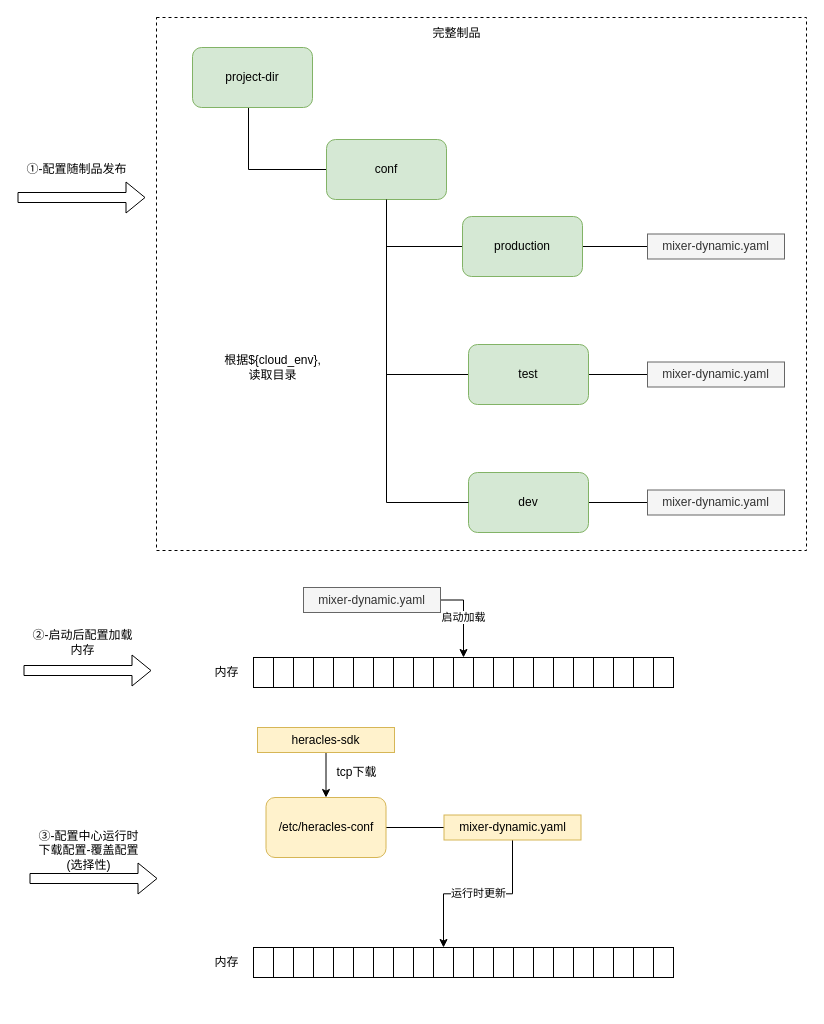
Earlier version of the draw.io diagram universal-engine/配置发布流程.drawio (karlchan-cn/drawio-repository). Source tidied: cells renumbered, new cells numbered last; positions are measured from the earlier drawing's top-left corner, leaving out a move shared by most shapes. Both pictures are drawn from the tidied source at 100%, with x=0, y=0 at pixel (17, 17).
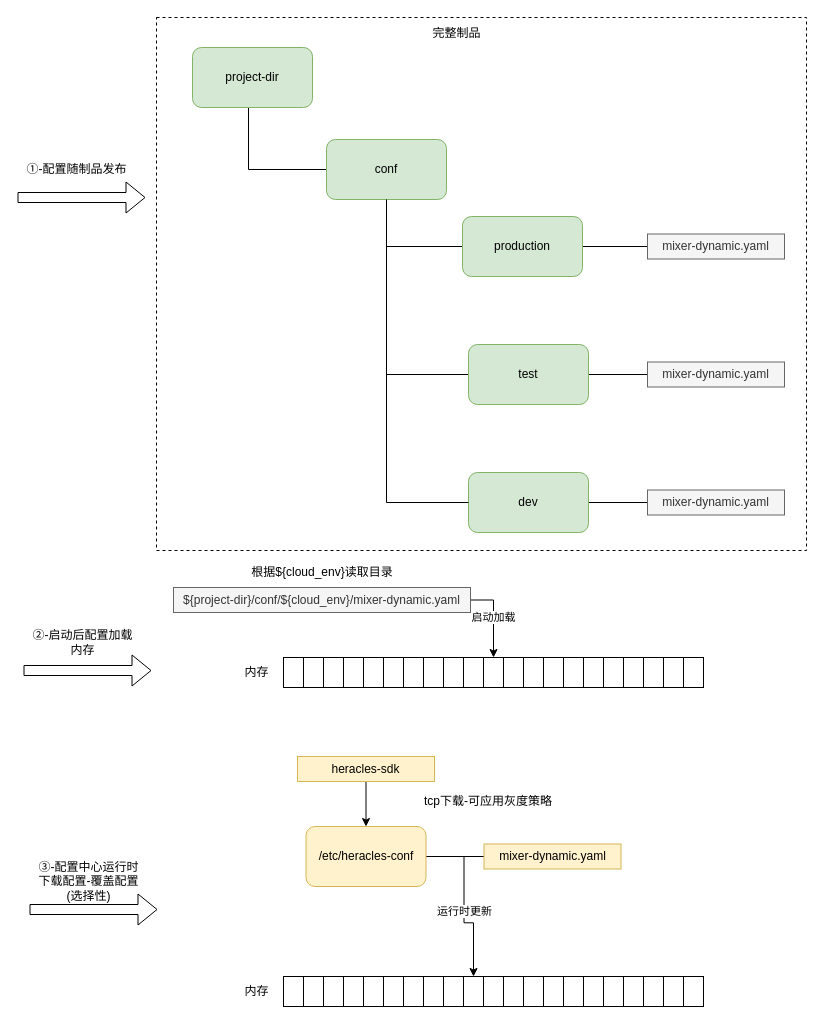
After the change.

Commit message (it also covers changes not shown here):
Update 配置发布流程.drawio

Change to the diagram source:
```diff
@@
     <mxCell id="20" value="&lt;span&gt;/etc/heracles-conf&lt;/span&gt;" style="rounded=1;whiteSpace=wrap;html=1;fillColor=#fff2cc;strokeColor=#d6b656;" parent="1" vertex="1">
-      <mxGeometry x="248.5" y="780" width="120" height="60" as="geometry" />
+      <mxGeometry x="288.5" y="809" width="120" height="60" as="geometry" />
     </mxCell>
@@
     <mxCell id="22" value="mixer-dynamic.yaml" style="rounded=0;whiteSpace=wrap;html=1;fillColor=#fff2cc;strokeColor=#d6b656;" parent="1" vertex="1">
-      <mxGeometry x="426.5" y="797.5" width="137" height="25" as="geometry" />
+      <mxGeometry x="466.5" y="826.5" width="137" height="25" as="geometry" />
     </mxCell>
@@
-    <mxCell id="27" value="根据${cloud_env},读取目录" style="text;html=1;strokeColor=none;fillColor=none;align=center;verticalAlign=middle;whiteSpace=wrap;rounded=0;dashed=1;" parent="1" vertex="1">
-      <mxGeometry x="202" y="335" width="107" height="30" as="geometry" />
-    </mxCell>
     <mxCell id="28" style="rounded=0;whiteSpace=wrap;html=1;" parent="1" vertex="1">
-      <mxGeometry x="236" y="640" width="20" height="30" as="geometry" />
+      <mxGeometry x="266" y="640" width="20" height="30" as="geometry" />
     </mxCell>
     <mxCell id="29" style="rounded=0;whiteSpace=wrap;html=1;" parent="1" vertex="1">
-      <mxGeometry x="256" y="640" width="20" height="30" as="geometry" />
+      <mxGeometry x="286" y="640" width="20" height="30" as="geometry" />
     </mxCell>
     <mxCell id="30" style="rounded=0;whiteSpace=wrap;html=1;" parent="1" vertex="1">
-      <mxGeometry x="276" y="640" width="20" height="30" as="geometry" />
+      <mxGeometry x="306" y="640" width="20" height="30" as="geometry" />
     </mxCell>
     <mxCell id="31" style="rounded=0;whiteSpace=wrap;html=1;" parent="1" vertex="1">
-      <mxGeometry x="296" y="640" width="20" height="30" as="geometry" />
+      <mxGeometry x="326" y="640" width="20" height="30" as="geometry" />
     </mxCell>
     <mxCell id="32" style="rounded=0;whiteSpace=wrap;html=1;" parent="1" vertex="1">
-      <mxGeometry x="316" y="640" width="20" height="30" as="geometry" />
+      <mxGeometry x="346" y="640" width="20" height="30" as="geometry" />
     </mxCell>
     <mxCell id="33" style="rounded=0;whiteSpace=wrap;html=1;" parent="1" vertex="1">
-      <mxGeometry x="336" y="640" width="20" height="30" as="geometry" />
+      <mxGeometry x="366" y="640" width="20" height="30" as="geometry" />
     </mxCell>
     <mxCell id="34" style="rounded=0;whiteSpace=wrap;html=1;" parent="1" vertex="1">
-      <mxGeometry x="356" y="640" width="20" height="30" as="geometry" />
+      <mxGeometry x="386" y="640" width="20" height="30" as="geometry" />
     </mxCell>
     <mxCell id="35" style="rounded=0;whiteSpace=wrap;html=1;" parent="1" vertex="1">
-      <mxGeometry x="376" y="640" width="20" height="30" as="geometry" />
+      <mxGeometry x="406" y="640" width="20" height="30" as="geometry" />
     </mxCell>
     <mxCell id="36" style="rounded=0;whiteSpace=wrap;html=1;" parent="1" vertex="1">
-      <mxGeometry x="396" y="640" width="20" height="30" as="geometry" />
+      <mxGeometry x="426" y="640" width="20" height="30" as="geometry" />
     </mxCell>
     <mxCell id="37" style="rounded=0;whiteSpace=wrap;html=1;" parent="1" vertex="1">
-      <mxGeometry x="416" y="640" width="20" height="30" as="geometry" />
+      <mxGeometry x="446" y="640" width="20" height="30" as="geometry" />
     </mxCell>
     <mxCell id="38" style="rounded=0;whiteSpace=wrap;html=1;" parent="1" vertex="1">
-      <mxGeometry x="436" y="640" width="20" height="30" as="geometry" />
+      <mxGeometry x="466" y="640" width="20" height="30" as="geometry" />
     </mxCell>
     <mxCell id="39" style="rounded=0;whiteSpace=wrap;html=1;" parent="1" vertex="1">
-      <mxGeometry x="456" y="640" width="20" height="30" as="geometry" />
+      <mxGeometry x="486" y="640" width="20" height="30" as="geometry" />
     </mxCell>
     <mxCell id="40" style="rounded=0;whiteSpace=wrap;html=1;" parent="1" vertex="1">
-      <mxGeometry x="476" y="640" width="20" height="30" as="geometry" />
+      <mxGeometry x="506" y="640" width="20" height="30" as="geometry" />
     </mxCell>
     <mxCell id="41" style="rounded=0;whiteSpace=wrap;html=1;" parent="1" vertex="1">
-      <mxGeometry x="496" y="640" width="20" height="30" as="geometry" />
+      <mxGeometry x="526" y="640" width="20" height="30" as="geometry" />
     </mxCell>
     <mxCell id="42" style="rounded=0;whiteSpace=wrap;html=1;" parent="1" vertex="1">
-      <mxGeometry x="516" y="640" width="20" height="30" as="geometry" />
+      <mxGeometry x="546" y="640" width="20" height="30" as="geometry" />
     </mxCell>
     <mxCell id="43" style="rounded=0;whiteSpace=wrap;html=1;" parent="1" vertex="1">
-      <mxGeometry x="536" y="640" width="20" height="30" as="geometry" />
+      <mxGeometry x="566" y="640" width="20" height="30" as="geometry" />
     </mxCell>
     <mxCell id="44" style="rounded=0;whiteSpace=wrap;html=1;" parent="1" vertex="1">
-      <mxGeometry x="556" y="640" width="20" height="30" as="geometry" />
+      <mxGeometry x="586" y="640" width="20" height="30" as="geometry" />
     </mxCell>
     <mxCell id="45" style="rounded=0;whiteSpace=wrap;html=1;" parent="1" vertex="1">
-      <mxGeometry x="576" y="640" width="20" height="30" as="geometry" />
+      <mxGeometry x="606" y="640" width="20" height="30" as="geometry" />
     </mxCell>
     <mxCell id="46" style="rounded=0;whiteSpace=wrap;html=1;" parent="1" vertex="1">
-      <mxGeometry x="596" y="640" width="20" height="30" as="geometry" />
+      <mxGeometry x="626" y="640" width="20" height="30" as="geometry" />
     </mxCell>
     <mxCell id="47" style="rounded=0;whiteSpace=wrap;html=1;" parent="1" vertex="1">
-      <mxGeometry x="616" y="640" width="20" height="30" as="geometry" />
+      <mxGeometry x="646" y="640" width="20" height="30" as="geometry" />
     </mxCell>
     <mxCell id="48" style="rounded=0;whiteSpace=wrap;html=1;" parent="1" vertex="1">
-      <mxGeometry x="636" y="640" width="20" height="30" as="geometry" />
+      <mxGeometry x="666" y="640" width="20" height="30" as="geometry" />
     </mxCell>
@@
-    <mxCell id="50" value="mixer-dynamic.yaml" style="rounded=0;whiteSpace=wrap;html=1;fillColor=#f5f5f5;fontColor=#333333;strokeColor=#666666;" parent="1" vertex="1">
-      <mxGeometry x="286" y="570" width="137" height="25" as="geometry" />
+    <mxCell id="50" value="${project-dir}/conf/${cloud_env}/mixer-dynamic.yaml" style="rounded=0;whiteSpace=wrap;html=1;fillColor=#f5f5f5;fontColor=#333333;strokeColor=#666666;" parent="1" vertex="1">
+      <mxGeometry x="156" y="570" width="297" height="25" as="geometry" />
     </mxCell>
     <mxCell id="51" style="shape=flexArrow;endArrow=classic;html=1;rounded=0;" parent="1" edge="1">
       <mxGeometry relative="1" as="geometry">
-        <mxPoint x="12" y="861" as="sourcePoint" />
-        <mxPoint x="140" y="861" as="targetPoint" />
+        <mxPoint x="12" y="892" as="sourcePoint" />
+        <mxPoint x="140" y="892" as="targetPoint" />
       </mxGeometry>
     </mxCell>
     <mxCell id="52" value="③-配置中心运行时下载配置-覆盖配置(选择性)" style="text;html=1;strokeColor=none;fillColor=none;align=center;verticalAlign=middle;whiteSpace=wrap;rounded=0;dashed=1;" parent="1" vertex="1">
-      <mxGeometry x="18" y="818" width="107" height="30" as="geometry" />
+      <mxGeometry x="18" y="849" width="107" height="30" as="geometry" />
     </mxCell>
     <mxCell id="53" style="rounded=0;whiteSpace=wrap;html=1;" parent="1" vertex="1">
-      <mxGeometry x="236" y="930" width="20" height="30" as="geometry" />
+      <mxGeometry x="266" y="959" width="20" height="30" as="geometry" />
     </mxCell>
     <mxCell id="54" style="rounded=0;whiteSpace=wrap;html=1;" parent="1" vertex="1">
-      <mxGeometry x="256" y="930" width="20" height="30" as="geometry" />
+      <mxGeometry x="286" y="959" width="20" height="30" as="geometry" />
     </mxCell>
     <mxCell id="55" style="rounded=0;whiteSpace=wrap;html=1;" parent="1" vertex="1">
-      <mxGeometry x="276" y="930" width="20" height="30" as="geometry" />
+      <mxGeometry x="306" y="959" width="20" height="30" as="geometry" />
     </mxCell>
     <mxCell id="56" style="rounded=0;whiteSpace=wrap;html=1;" parent="1" vertex="1">
-      <mxGeometry x="296" y="930" width="20" height="30" as="geometry" />
+      <mxGeometry x="326" y="959" width="20" height="30" as="geometry" />
     </mxCell>
     <mxCell id="57" style="rounded=0;whiteSpace=wrap;html=1;" parent="1" vertex="1">
-      <mxGeometry x="316" y="930" width="20" height="30" as="geometry" />
+      <mxGeometry x="346" y="959" width="20" height="30" as="geometry" />
     </mxCell>
     <mxCell id="58" style="rounded=0;whiteSpace=wrap;html=1;" parent="1" vertex="1">
-      <mxGeometry x="336" y="930" width="20" height="30" as="geometry" />
+      <mxGeometry x="366" y="959" width="20" height="30" as="geometry" />
     </mxCell>
     <mxCell id="59" style="rounded=0;whiteSpace=wrap;html=1;" parent="1" vertex="1">
-      <mxGeometry x="356" y="930" width="20" height="30" as="geometry" />
+      <mxGeometry x="386" y="959" width="20" height="30" as="geometry" />
     </mxCell>
     <mxCell id="60" style="rounded=0;whiteSpace=wrap;html=1;" parent="1" vertex="1">
-      <mxGeometry x="376" y="930" width="20" height="30" as="geometry" />
+      <mxGeometry x="406" y="959" width="20" height="30" as="geometry" />
     </mxCell>
     <mxCell id="61" style="rounded=0;whiteSpace=wrap;html=1;" parent="1" vertex="1">
-      <mxGeometry x="396" y="930" width="20" height="30" as="geometry" />
+      <mxGeometry x="426" y="959" width="20" height="30" as="geometry" />
     </mxCell>
     <mxCell id="62" style="rounded=0;whiteSpace=wrap;html=1;" parent="1" vertex="1">
-      <mxGeometry x="416" y="930" width="20" height="30" as="geometry" />
+      <mxGeometry x="446" y="959" width="20" height="30" as="geometry" />
     </mxCell>
     <mxCell id="63" style="rounded=0;whiteSpace=wrap;html=1;" parent="1" vertex="1">
-      <mxGeometry x="436" y="930" width="20" height="30" as="geometry" />
+      <mxGeometry x="466" y="959" width="20" height="30" as="geometry" />
     </mxCell>
     <mxCell id="64" style="rounded=0;whiteSpace=wrap;html=1;" parent="1" vertex="1">
-      <mxGeometry x="456" y="930" width="20" height="30" as="geometry" />
+      <mxGeometry x="486" y="959" width="20" height="30" as="geometry" />
     </mxCell>
     <mxCell id="65" style="rounded=0;whiteSpace=wrap;html=1;" parent="1" vertex="1">
-      <mxGeometry x="476" y="930" width="20" height="30" as="geometry" />
+      <mxGeometry x="506" y="959" width="20" height="30" as="geometry" />
     </mxCell>
     <mxCell id="66" style="rounded=0;whiteSpace=wrap;html=1;" parent="1" vertex="1">
-      <mxGeometry x="496" y="930" width="20" height="30" as="geometry" />
+      <mxGeometry x="526" y="959" width="20" height="30" as="geometry" />
     </mxCell>
     <mxCell id="67" style="rounded=0;whiteSpace=wrap;html=1;" parent="1" vertex="1">
-      <mxGeometry x="516" y="930" width="20" height="30" as="geometry" />
+      <mxGeometry x="546" y="959" width="20" height="30" as="geometry" />
     </mxCell>
     <mxCell id="68" style="rounded=0;whiteSpace=wrap;html=1;" parent="1" vertex="1">
-      <mxGeometry x="536" y="930" width="20" height="30" as="geometry" />
+      <mxGeometry x="566" y="959" width="20" height="30" as="geometry" />
     </mxCell>
     <mxCell id="69" style="rounded=0;whiteSpace=wrap;html=1;" parent="1" vertex="1">
-      <mxGeometry x="556" y="930" width="20" height="30" as="geometry" />
+      <mxGeometry x="586" y="959" width="20" height="30" as="geometry" />
     </mxCell>
     <mxCell id="70" style="rounded=0;whiteSpace=wrap;html=1;" parent="1" vertex="1">
-      <mxGeometry x="576" y="930" width="20" height="30" as="geometry" />
+      <mxGeometry x="606" y="959" width="20" height="30" as="geometry" />
     </mxCell>
     <mxCell id="71" style="rounded=0;whiteSpace=wrap;html=1;" parent="1" vertex="1">
-      <mxGeometry x="596" y="930" width="20" height="30" as="geometry" />
+      <mxGeometry x="626" y="959" width="20" height="30" as="geometry" />
     </mxCell>
     <mxCell id="72" style="rounded=0;whiteSpace=wrap;html=1;" parent="1" vertex="1">
-      <mxGeometry x="616" y="930" width="20" height="30" as="geometry" />
+      <mxGeometry x="646" y="959" width="20" height="30" as="geometry" />
     </mxCell>
     <mxCell id="73" style="rounded=0;whiteSpace=wrap;html=1;" parent="1" vertex="1">
-      <mxGeometry x="636" y="930" width="20" height="30" as="geometry" />
+      <mxGeometry x="666" y="959" width="20" height="30" as="geometry" />
     </mxCell>
@@
     <mxCell id="75" value="heracles-sdk" style="rounded=0;whiteSpace=wrap;html=1;fillColor=#fff2cc;strokeColor=#d6b656;" parent="1" vertex="1">
-      <mxGeometry x="240" y="710" width="137" height="25" as="geometry" />
+      <mxGeometry x="280" y="739" width="137" height="25" as="geometry" />
     </mxCell>
-    <mxCell id="76" value="tcp下载" style="text;html=1;strokeColor=none;fillColor=none;align=center;verticalAlign=middle;whiteSpace=wrap;rounded=0;dashed=1;" parent="1" vertex="1">
-      <mxGeometry x="286" y="740" width="107" height="30" as="geometry" />
+    <mxCell id="76" value="tcp下载-可应用灰度策略" style="text;html=1;strokeColor=none;fillColor=none;align=center;verticalAlign=middle;whiteSpace=wrap;rounded=0;dashed=1;" parent="1" vertex="1">
+      <mxGeometry x="326" y="769" width="290" height="30" as="geometry" />
     </mxCell>
     <mxCell id="77" value="内存" style="text;html=1;strokeColor=none;fillColor=none;align=center;verticalAlign=middle;whiteSpace=wrap;rounded=0;dashed=1;" parent="1" vertex="1">
-      <mxGeometry x="156" y="640" width="107" height="30" as="geometry" />
+      <mxGeometry x="186" y="640" width="107" height="30" as="geometry" />
     </mxCell>
     <mxCell id="78" value="内存" style="text;html=1;strokeColor=none;fillColor=none;align=center;verticalAlign=middle;whiteSpace=wrap;rounded=0;dashed=1;" parent="1" vertex="1">
-      <mxGeometry x="156" y="930" width="107" height="30" as="geometry" />
+      <mxGeometry x="186" y="959" width="107" height="30" as="geometry" />
     </mxCell>
+    <mxCell id="79" value="根据${cloud_env}读取目录" style="text;html=1;strokeColor=none;fillColor=none;align=center;verticalAlign=middle;whiteSpace=wrap;rounded=0;dashed=1;" parent="1" vertex="1">
+      <mxGeometry x="217.5" y="540" width="174" height="30" as="geometry" />
+    </mxCell>
```
